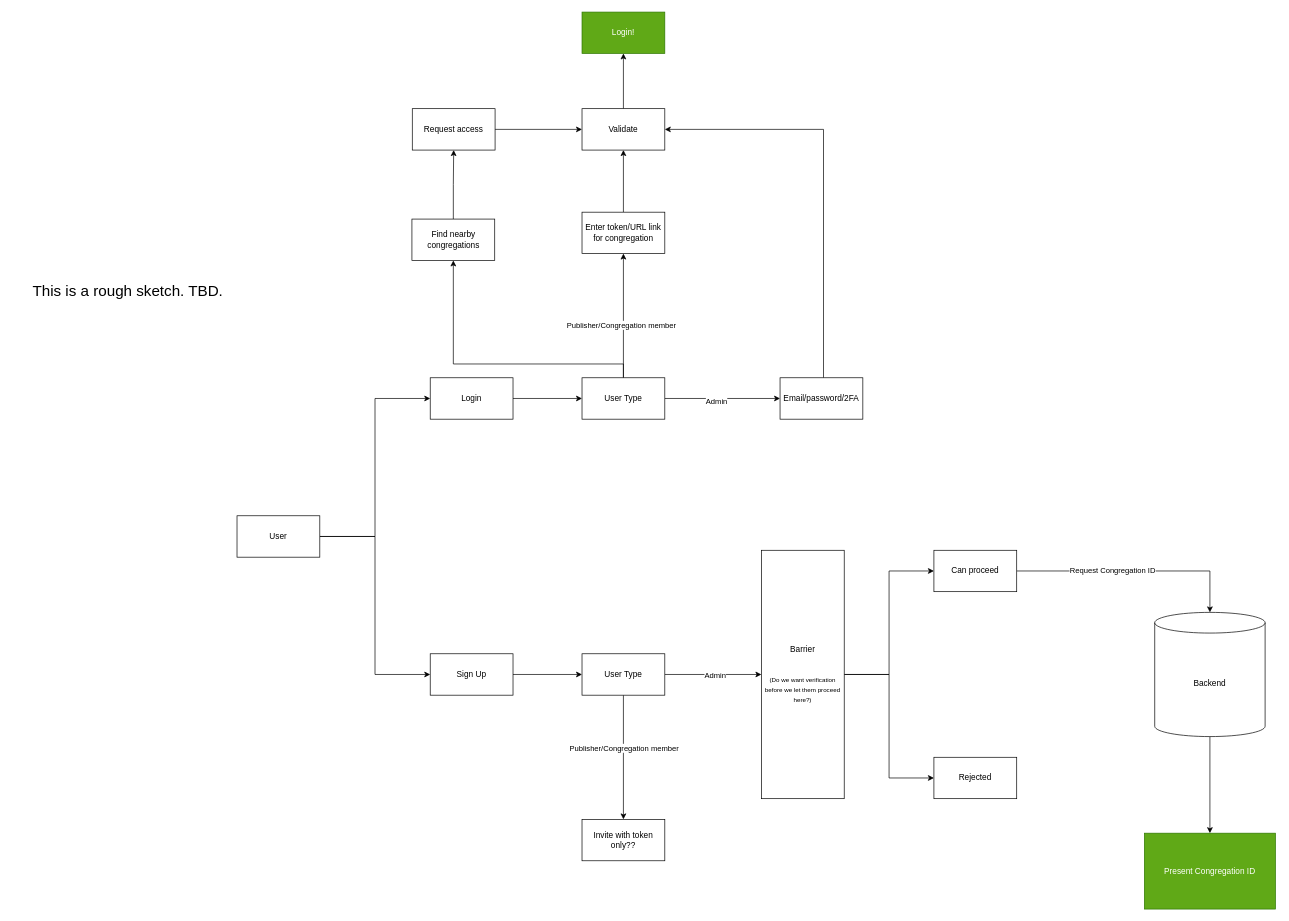
Above: Architecture.drawio in cm-core-team/cm-core (draw.io), before the change. Source tidied: cells renumbered, new cells numbered last; positions are measured from the earlier drawing's top-left corner, leaving out a move shared by most shapes. Both pictures are drawn from the tidied source at 69%, with x=0, y=0 at pixel (12, 12).
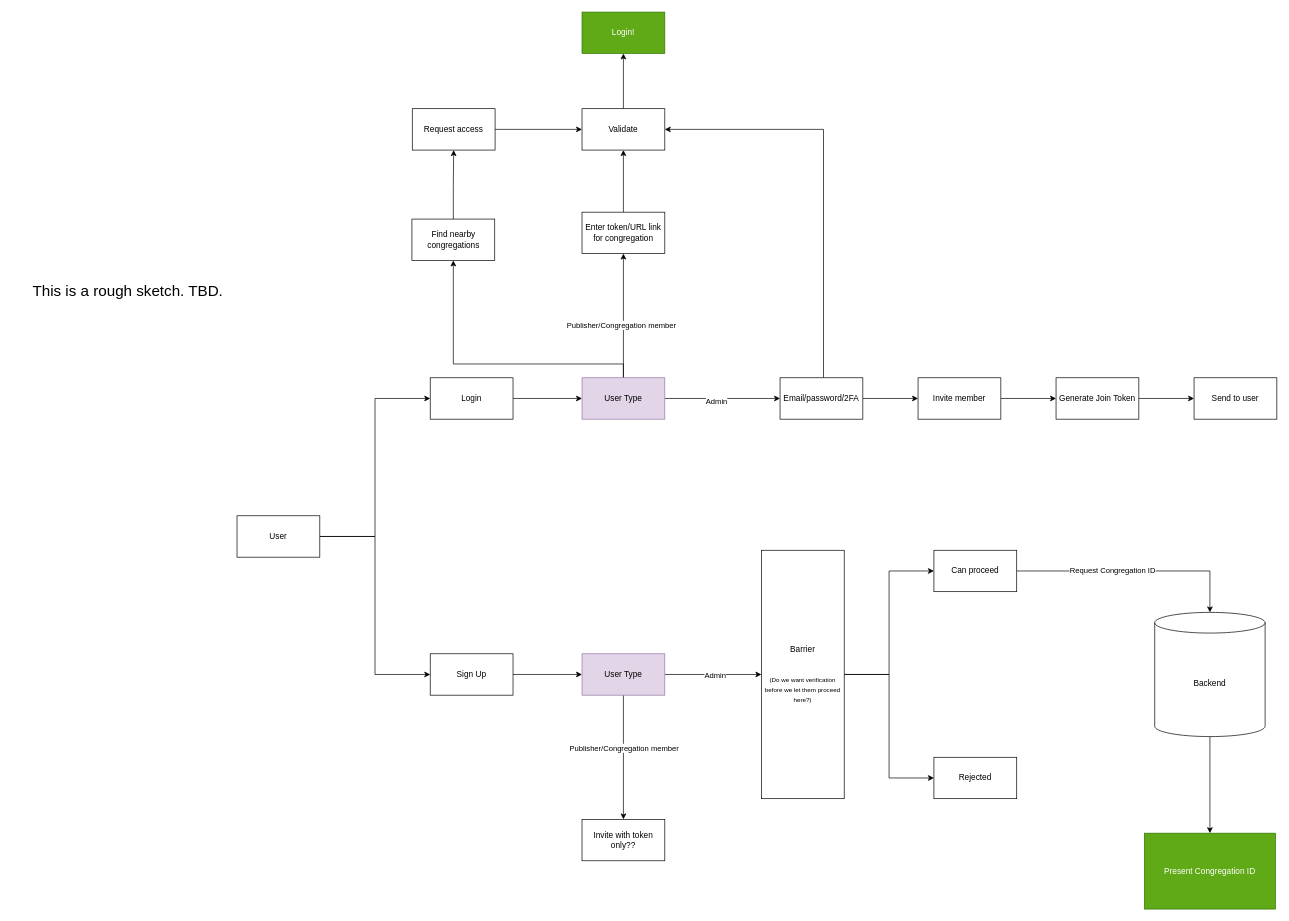
The same page after the edit.

Unchanged cells that the change refers to:
```xml
<mxCell id="38" value="Email/password/2FA" style="rounded=0;whiteSpace=wrap;html=1;" parent="1" vertex="1">
  <mxGeometry x="1113" y="530" width="120" height="60" as="geometry" />
</mxCell>
```

Change to the diagram source:
```diff
@@
-    <mxCell id="15" value="User Type" style="rounded=0;whiteSpace=wrap;html=1;" parent="1" vertex="1">
+    <mxCell id="15" value="User Type" style="rounded=0;whiteSpace=wrap;html=1;fillColor=#e1d5e7;strokeColor=#9673a6;" parent="1" vertex="1">
       <mxGeometry x="826" y="930" width="120" height="60" as="geometry" />
     </mxCell>
@@
-    <mxCell id="31" value="User Type" style="rounded=0;whiteSpace=wrap;html=1;" parent="1" vertex="1">
+    <mxCell id="31" value="User Type" style="rounded=0;whiteSpace=wrap;html=1;fillColor=#e1d5e7;strokeColor=#9673a6;" parent="1" vertex="1">
       <mxGeometry x="826" y="530" width="120" height="60" as="geometry" />
     </mxCell>
@@
+    <mxCell id="43" style="edgeStyle=orthogonalEdgeStyle;rounded=0;jettySize=auto;html=1;" parent="1" edge="1" source="38" target="45">
+      <mxGeometry relative="1" as="geometry" />
+    </mxCell>
@@
+    <mxCell id="44" style="edgeStyle=orthogonalEdgeStyle;rounded=0;jettySize=auto;html=1;" parent="1" edge="1" source="45" target="47">
+      <mxGeometry relative="1" as="geometry" />
+    </mxCell>
+    <mxCell id="45" value="Invite member" style="whiteSpace=wrap;html=1;rounded=0;" parent="1" vertex="1">
+      <mxGeometry x="1313" y="530" width="120" height="60" as="geometry" />
+    </mxCell>
+    <mxCell id="46" style="edgeStyle=orthogonalEdgeStyle;rounded=0;jettySize=auto;html=1;" parent="1" edge="1" source="47" target="48">
+      <mxGeometry relative="1" as="geometry" />
+    </mxCell>
+    <mxCell id="47" value="Generate Join Token" style="whiteSpace=wrap;html=1;rounded=0;" parent="1" vertex="1">
+      <mxGeometry x="1513" y="530" width="120" height="60" as="geometry" />
+    </mxCell>
+    <mxCell id="48" value="Send to user" style="whiteSpace=wrap;html=1;rounded=0;" parent="1" vertex="1">
+      <mxGeometry x="1713" y="530" width="120" height="60" as="geometry" />
+    </mxCell>
```
